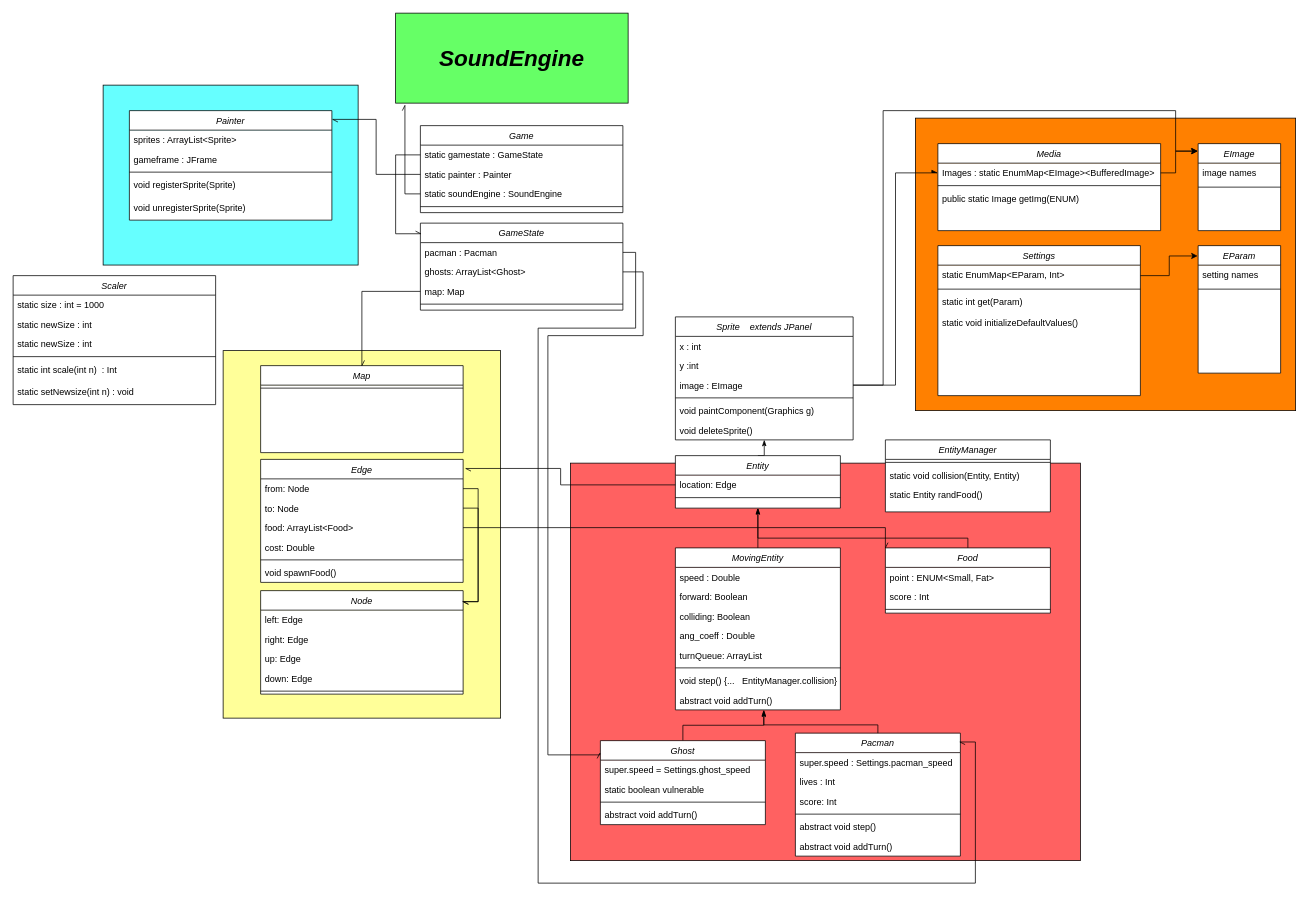
This is ClassDiagram.drawio from cerfedino/SwingPacman, a draw.io file, before an edit. Source tidied: cells renumbered, new cells numbered last; positions are measured from the earlier drawing's top-left corner, leaving out a move shared by most shapes. Both pictures are drawn from the tidied source at 75%, with x=0, y=0 at pixel (13, 13).
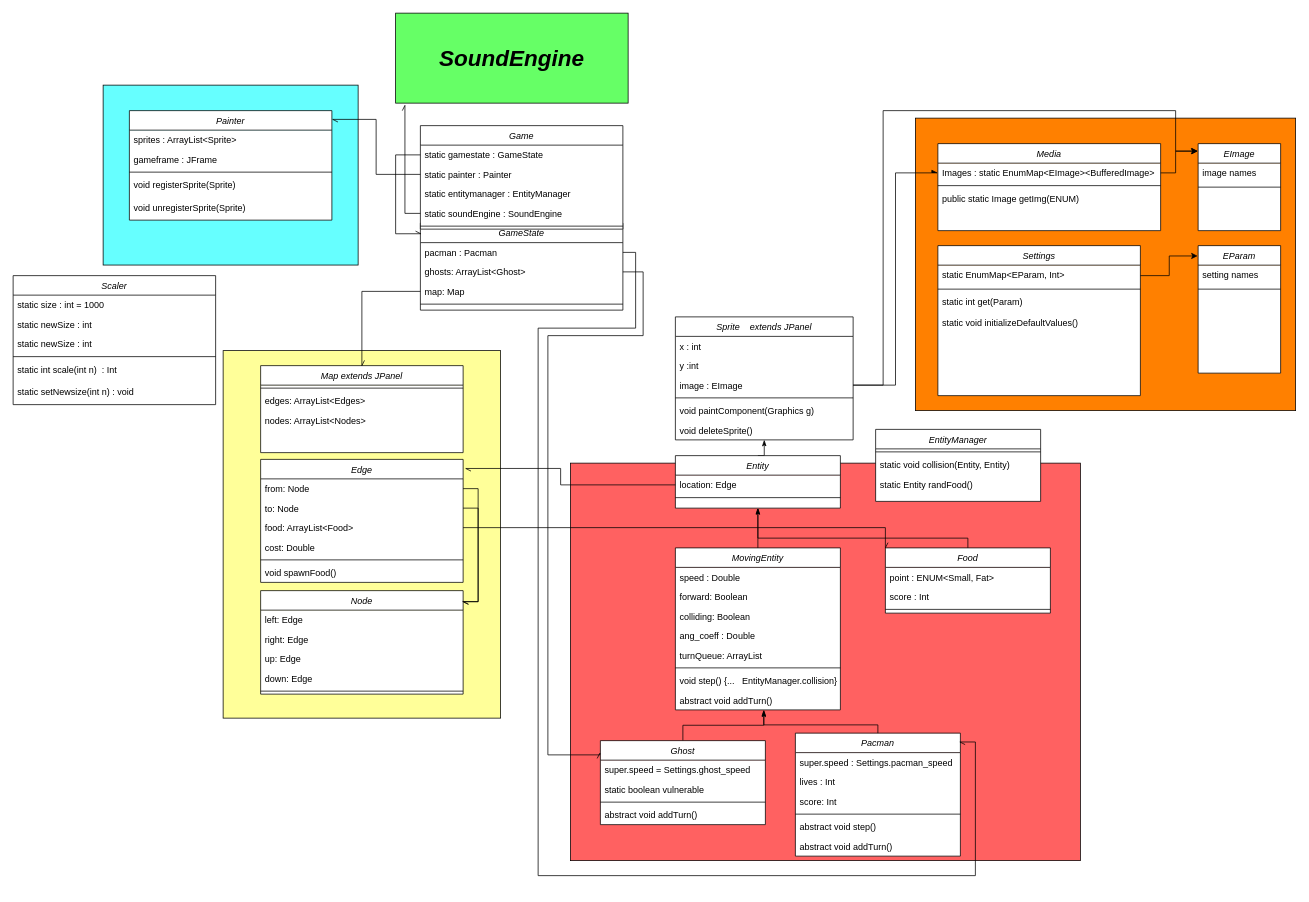
Above is the later version.

The change refers to these unchanged cells:
```xml
<mxCell id="34" value="Pacman" style="swimlane;fontStyle=2;align=center;verticalAlign=top;horizontal=1;startSize=26;rounded=0;shadow=0;strokeWidth=1;swimlaneFillColor=#ffffff;" parent="1" vertex="1">
  <mxGeometry x="1043" y="960" width="220" height="164" as="geometry" />
</mxCell>
<mxCell id="62" value="pacman : Pacman" style="text;align=left;verticalAlign=top;spacingLeft=4;spacingRight=4;overflow=hidden;points=[[0,0.5],[1,0.5]];portConstraint=eastwest;" parent="61" vertex="1">
  <mxGeometry y="26" width="270" height="26" as="geometry" />
</mxCell>
```

Change to the diagram source:
```diff
@@
     <mxCell id="42" value="EntityManager" style="swimlane;fontStyle=2;align=center;verticalAlign=top;horizontal=1;startSize=26;rounded=0;shadow=0;strokeWidth=1;swimlaneFillColor=#ffffff;" parent="1" vertex="1">
-      <mxGeometry x="1163" y="569" width="220" height="96" as="geometry" />
+      <mxGeometry x="1150" y="555" width="220" height="96" as="geometry" />
     </mxCell>
@@
-    <mxCell id="59" value="Map" style="swimlane;fontStyle=2;align=center;verticalAlign=top;horizontal=1;startSize=26;rounded=0;shadow=0;strokeWidth=1;swimlaneFillColor=#ffffff;" parent="1" vertex="1">
+    <mxCell id="59" value="Map extends JPanel" style="swimlane;fontStyle=2;align=center;verticalAlign=top;horizontal=1;startSize=26;rounded=0;shadow=0;strokeWidth=1;swimlaneFillColor=#ffffff;" parent="1" vertex="1">
       <mxGeometry x="330" y="470" width="270" height="116" as="geometry" />
     </mxCell>
@@
+    <mxCell id="119" value="edges: ArrayList&lt;Edges&gt;" style="text;align=left;verticalAlign=top;spacingLeft=4;spacingRight=4;overflow=hidden;" parent="59" vertex="1">
+      <mxGeometry y="34" width="270" height="26" as="geometry" />
+    </mxCell>
+    <mxCell id="120" value="nodes: ArrayList&lt;Nodes&gt;" style="text;align=left;verticalAlign=top;spacingLeft=4;spacingRight=4;overflow=hidden;" parent="59" vertex="1">
+      <mxGeometry y="60" width="270" height="26" as="geometry" />
+    </mxCell>
@@
     <mxCell id="82" style="edgeStyle=orthogonalEdgeStyle;rounded=0;jettySize=auto;html=1;exitX=1;exitY=0.5;exitDx=0;exitDy=0;entryX=0.997;entryY=0.072;entryDx=0;entryDy=0;entryPerimeter=0;endArrow=openAsync;endFill=0;" parent="1" edge="1" source="62" target="34">
       <mxGeometry relative="1" as="geometry">
         <Array as="points">
           <mxPoint x="830" y="319" />
           <mxPoint x="830" y="420" />
           <mxPoint x="700" y="420" />
-          <mxPoint x="700" y="1160" />
-          <mxPoint x="1283" y="1160" />
+          <mxPoint x="700" y="1150" />
+          <mxPoint x="1283" y="1150" />
           <mxPoint x="1283" y="972" />
         </Array>
       </mxGeometry>
     </mxCell>
@@
     <mxCell id="95" value="Game" style="swimlane;fontStyle=2;align=center;verticalAlign=top;horizontal=1;startSize=26;rounded=0;shadow=0;strokeWidth=1;swimlaneFillColor=#ffffff;" parent="1" vertex="1">
-      <mxGeometry x="543" y="150" width="270" height="116" as="geometry" />
+      <mxGeometry x="543" y="150" width="270" height="138" as="geometry" />
     </mxCell>
@@
+    <mxCell id="121" value="static entitymanager : EntityManager" style="text;align=left;verticalAlign=top;spacingLeft=4;spacingRight=4;overflow=hidden;" parent="95" vertex="1">
+      <mxGeometry y="78" width="270" height="26" as="geometry" />
+    </mxCell>
     <mxCell id="98" value="static soundEngine : SoundEngine" style="text;align=left;verticalAlign=top;spacingLeft=4;spacingRight=4;overflow=hidden;points=[[0,0.5],[1,0.5]];portConstraint=eastwest;" parent="95" vertex="1">
-      <mxGeometry y="78" width="270" height="26" as="geometry" />
+      <mxGeometry y="104" width="270" height="26" as="geometry" />
     </mxCell>
     <mxCell id="99" style="line;html=1;strokeWidth=1;align=left;verticalAlign=middle;spacingTop=-1;spacingLeft=3;spacingRight=3;labelPosition=right;" parent="95" vertex="1">
-      <mxGeometry y="104" width="270" height="8" as="geometry" />
+      <mxGeometry y="130" width="270" height="8" as="geometry" />
     </mxCell>
```
